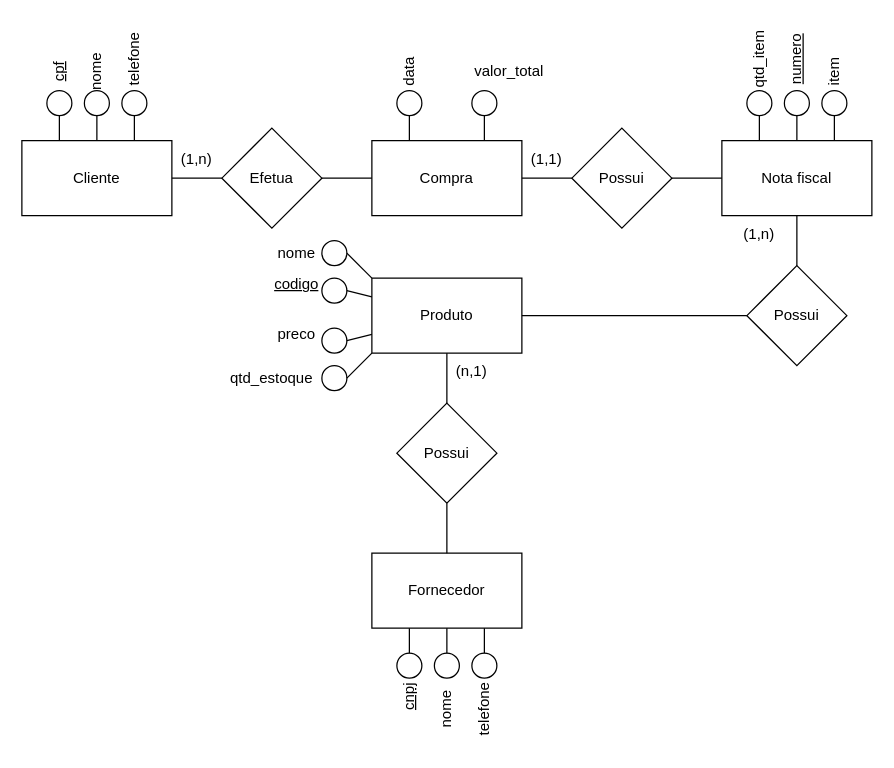
Before: Lista2_04-04/Ex3.drawio in andreeeeeeeee/Engenharia_Software, a draw.io diagram. Source tidied: cells renumbered, new cells numbered last; positions are measured from the earlier drawing's top-left corner, leaving out a move shared by most shapes. Both pictures are drawn from the tidied source at 125%, with x=0, y=0 at pixel (21, 40).
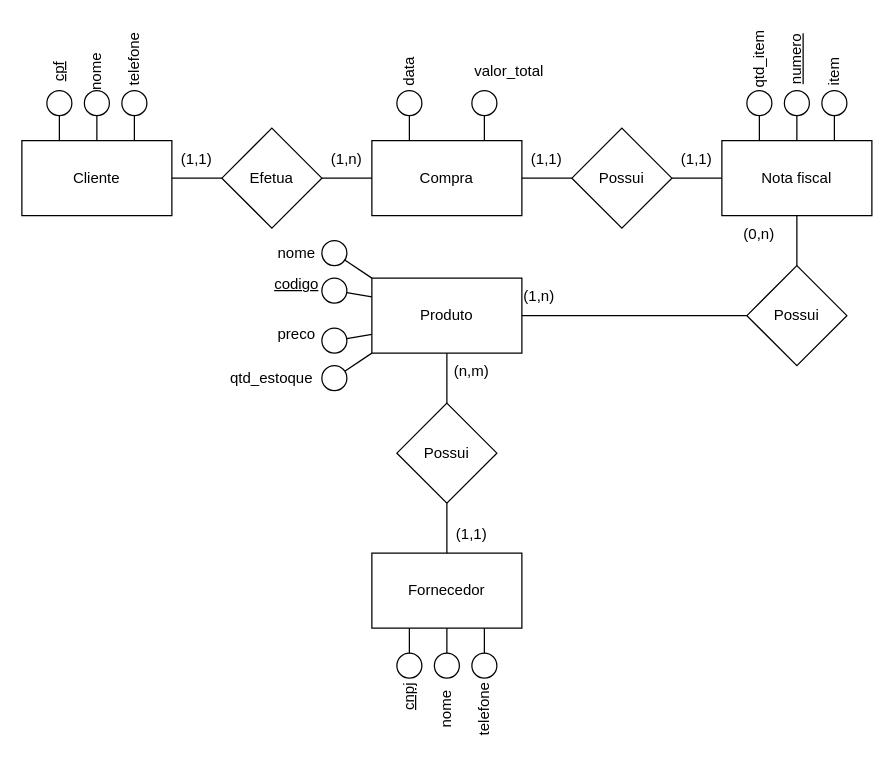
The same page after the edit.

Unchanged cells that the change refers to:
```xml
<mxCell id="5" value="Produto" style="rounded=0;whiteSpace=wrap;html=1;" parent="1" vertex="1">
  <mxGeometry x="280" y="190" width="120" height="60" as="geometry" />
</mxCell>
<mxCell id="46" style="ellipse;whiteSpace=wrap;html=1;" parent="1" vertex="1">
  <mxGeometry x="240" y="230" width="20" height="20" as="geometry" />
</mxCell>
<mxCell id="47" style="ellipse;whiteSpace=wrap;html=1;" parent="1" vertex="1">
  <mxGeometry x="240" y="190" width="20" height="20" as="geometry" />
</mxCell>
<mxCell id="48" style="ellipse;whiteSpace=wrap;html=1;" parent="1" vertex="1">
  <mxGeometry x="240" y="160" width="20" height="20" as="geometry" />
</mxCell>
<mxCell id="49" style="ellipse;whiteSpace=wrap;html=1;" parent="1" vertex="1">
  <mxGeometry x="240" y="260" width="20" height="20" as="geometry" />
</mxCell>
```

Change to the diagram source:
```diff
@@
-    <mxCell id="27" value="(1,n)" style="text;html=1;strokeColor=none;fillColor=none;align=center;verticalAlign=middle;whiteSpace=wrap;rounded=0;" parent="1" vertex="1">
+    <mxCell id="27" value="(1,1)" style="text;html=1;strokeColor=none;fillColor=none;align=center;verticalAlign=middle;whiteSpace=wrap;rounded=0;" parent="1" vertex="1">
       <mxGeometry x="110" y="80" width="60" height="30" as="geometry" />
     </mxCell>
@@
-    <mxCell id="44" value="(1,n)" style="text;html=1;strokeColor=none;fillColor=none;align=center;verticalAlign=middle;whiteSpace=wrap;rounded=0;" parent="1" vertex="1">
+    <mxCell id="44" value="(0,n)" style="text;html=1;strokeColor=none;fillColor=none;align=center;verticalAlign=middle;whiteSpace=wrap;rounded=0;" parent="1" vertex="1">
       <mxGeometry x="560" y="140" width="60" height="30" as="geometry" />
     </mxCell>
-    <mxCell id="45" value="(n,1)" style="text;html=1;strokeColor=none;fillColor=none;align=center;verticalAlign=middle;whiteSpace=wrap;rounded=0;" parent="1" vertex="1">
+    <mxCell id="45" value="(n,m)" style="text;html=1;strokeColor=none;fillColor=none;align=center;verticalAlign=middle;whiteSpace=wrap;rounded=0;" parent="1" vertex="1">
       <mxGeometry x="330" y="250" width="60" height="30" as="geometry" />
     </mxCell>
@@
-    <mxCell id="50" style="endArrow=none;html=1;rounded=0;entryX=1;entryY=0.5;entryDx=0;entryDy=0;exitX=0;exitY=1;exitDx=0;exitDy=0;" parent="1" edge="1" source="5" target="49">
+    <mxCell id="50" style="endArrow=none;html=1;rounded=0;exitX=0;exitY=1;exitDx=0;exitDy=0;" parent="1" edge="1" source="5" target="49">
       <mxGeometry relative="1" as="geometry" />
     </mxCell>
-    <mxCell id="51" style="endArrow=none;html=1;rounded=0;entryX=0;entryY=0.75;entryDx=0;entryDy=0;exitX=1;exitY=0.5;exitDx=0;exitDy=0;" parent="1" edge="1" source="46" target="5">
+    <mxCell id="51" style="endArrow=none;html=1;rounded=0;entryX=0;entryY=0.75;entryDx=0;entryDy=0;" parent="1" edge="1" source="46" target="5">
       <mxGeometry relative="1" as="geometry" />
     </mxCell>
-    <mxCell id="52" style="endArrow=none;html=1;rounded=0;entryX=1;entryY=0.5;entryDx=0;entryDy=0;exitX=0;exitY=0;exitDx=0;exitDy=0;" parent="1" edge="1" source="5" target="48">
+    <mxCell id="52" style="endArrow=none;html=1;rounded=0;exitX=0;exitY=0;exitDx=0;exitDy=0;" parent="1" edge="1" source="5" target="48">
       <mxGeometry relative="1" as="geometry" />
     </mxCell>
-    <mxCell id="53" style="endArrow=none;html=1;rounded=0;entryX=0;entryY=0.25;entryDx=0;entryDy=0;exitX=1;exitY=0.5;exitDx=0;exitDy=0;" parent="1" edge="1" source="47" target="5">
+    <mxCell id="53" style="endArrow=none;html=1;rounded=0;entryX=0;entryY=0.25;entryDx=0;entryDy=0;" parent="1" edge="1" source="47" target="5">
       <mxGeometry relative="1" as="geometry" />
     </mxCell>
@@
+    <mxCell id="68" value="(1,n)" style="text;html=1;strokeColor=none;fillColor=none;align=center;verticalAlign=middle;whiteSpace=wrap;rounded=0;" parent="1" vertex="1">
+      <mxGeometry x="230" y="80" width="60" height="30" as="geometry" />
+    </mxCell>
+    <mxCell id="69" value="(1,1)" style="text;html=1;strokeColor=none;fillColor=none;align=center;verticalAlign=middle;whiteSpace=wrap;rounded=0;" parent="1" vertex="1">
+      <mxGeometry x="510" y="80" width="60" height="30" as="geometry" />
+    </mxCell>
+    <mxCell id="70" value="(1,n)" style="text;html=1;strokeColor=none;fillColor=none;align=center;verticalAlign=middle;whiteSpace=wrap;rounded=0;" parent="1" vertex="1">
+      <mxGeometry x="384" y="190" width="60" height="30" as="geometry" />
+    </mxCell>
+    <mxCell id="71" value="(1,1)" style="text;html=1;strokeColor=none;fillColor=none;align=center;verticalAlign=middle;whiteSpace=wrap;rounded=0;" parent="1" vertex="1">
+      <mxGeometry x="330" y="380" width="60" height="30" as="geometry" />
+    </mxCell>
```
